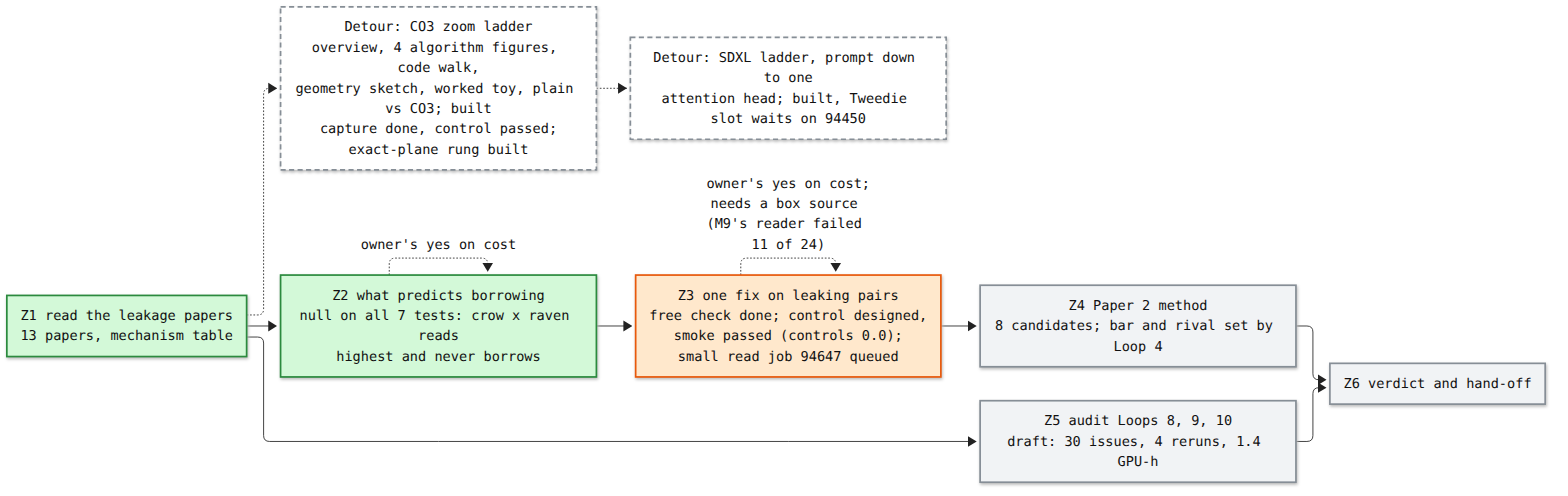
Earlier version of the Mermaid export artifacts/notes/progress/leakage/loop-12-progress.png (mo-rsa24/concept-composition). Its source is kept beside it as artifacts/notes/progress/leakage/loop-12-progress.mmd.
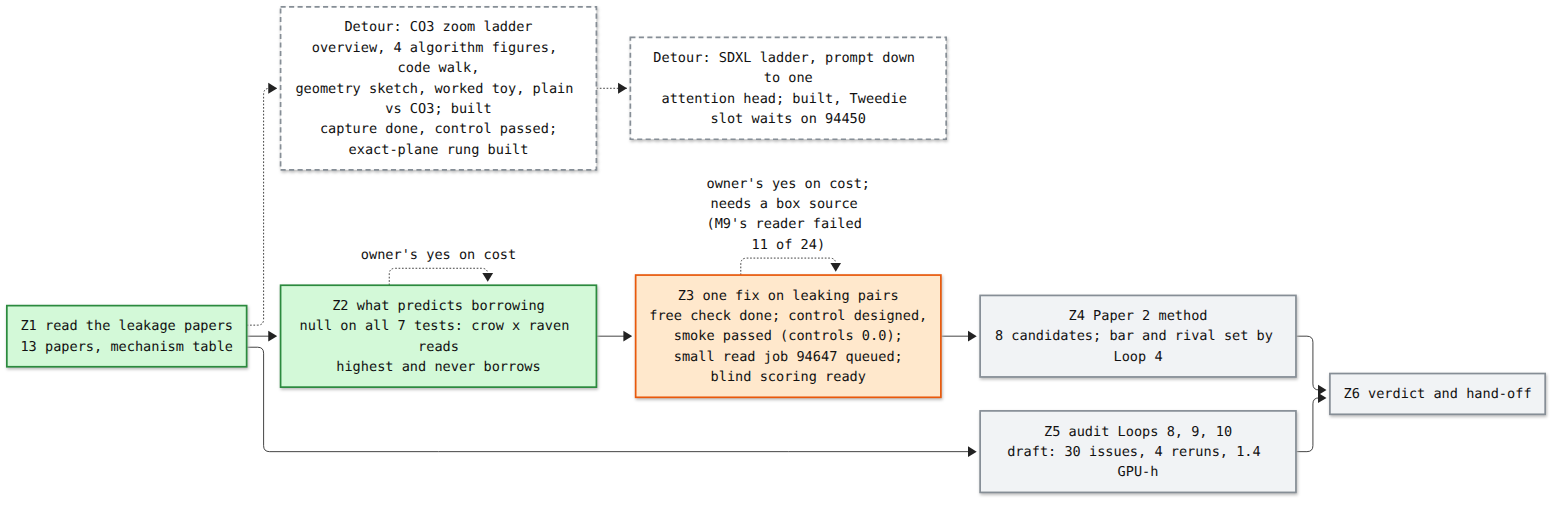
The same file after the commit.

Commit message:
Loop 12 map: Z3 blind scoring ready

The edit, as a diff of the source:
```diff
@@ -2,7 +2,7 @@
 flowchart LR
   Z1["Z1 read the leakage papers<br/>13 papers, mechanism table"]:::done
   Z2["Z2 what predicts borrowing<br/>null on all 7 tests: crow x raven reads<br/>highest and never borrows"]:::done
-  Z3["Z3 one fix on leaking pairs<br/>free check done; control designed,<br/>smoke passed (controls 0.0);<br/>small read job 94647 queued"]:::doing
+  Z3["Z3 one fix on leaking pairs<br/>free check done; control designed,<br/>smoke passed (controls 0.0);<br/>small read job 94647 queued;<br/>blind scoring ready"]:::doing
   Z4["Z4 Paper 2 method<br/>8 candidates; bar and rival set by Loop 4"]:::todo
   Z5["Z5 audit Loops 8, 9, 10<br/>draft: 30 issues, 4 reruns, 1.4 GPU-h"]:::todo
   Z6["Z6 verdict and hand-off"]:::todo
```
